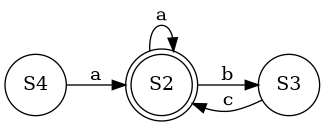
Tradewcs/diploma keeps this Graphviz diagram as main.png. Above is the earlier version. Its source is kept beside it as main.gv.
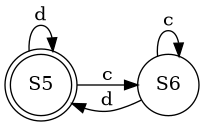
After the change.

The edit, as a diff of the source:
```diff
@@ -1,9 +1,9 @@
 digraph NFA {
 	rankdir=LR;
 	node [shape=circle];
-	S2 [shape=doublecircle];
-	S2 -> S2 [label="a"];
-	S2 -> S3 [label="b"];
-	S3 -> S2 [label="c"];
-	S4 -> S2 [label="a"];
+	S5 [shape=doublecircle];
+	S5 -> S6 [label="c"];
+	S5 -> S5 [label="d"];
+	S6 -> S6 [label="c"];
+	S6 -> S5 [label="d"];
 }
```
